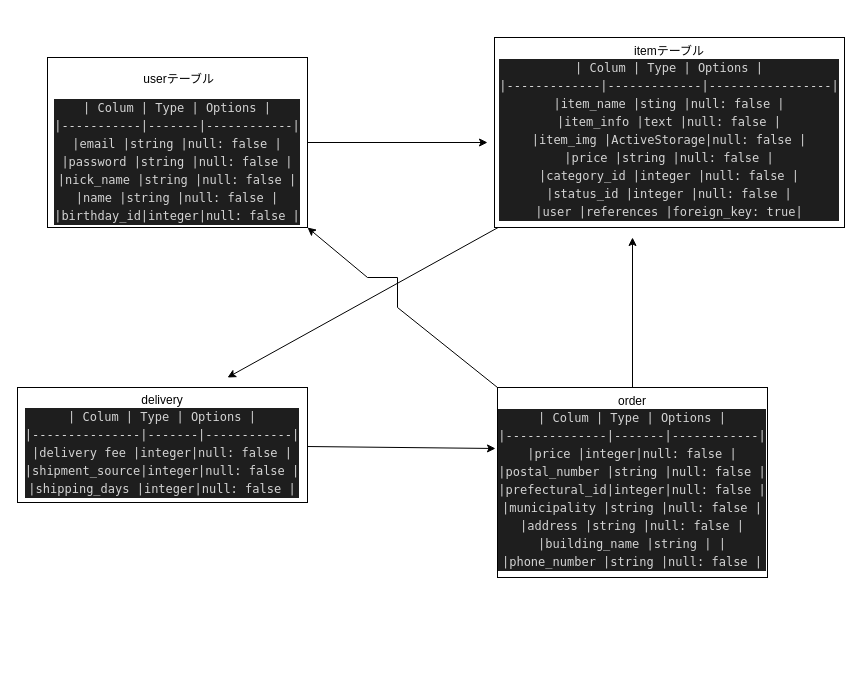
Earlier version of the draw.io diagram furima.dio (kenshiro0107/furima-31158). Source tidied: cells renumbered, new cells numbered last; positions are measured from the earlier drawing's top-left corner, leaving out a move shared by most shapes. Both pictures are drawn from the tidied source at 100%, with x=0, y=0 at pixel (17, 37).
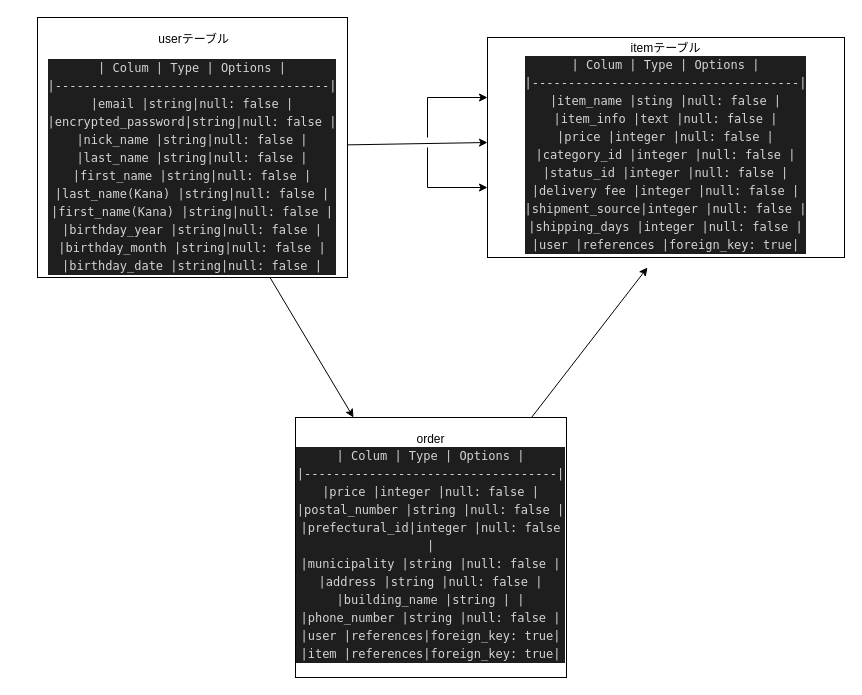
The same page after the edit.

Commit message (it also covers changes not shown here):
データベース設計の修正

Diff of the diagram source:
```diff
@@
 <mxGraphModel>
   <root>
     <mxCell id="0" />
     <mxCell id="1" parent="0" />
     <mxCell id="2" style="edgeStyle=none;rounded=0;jettySize=auto;html=1;" parent="1" edge="1" source="3">
       <mxGeometry relative="1" as="geometry">
         <mxPoint x="470" y="105" as="targetPoint" />
       </mxGeometry>
     </mxCell>
+    <mxCell id="11" style="edgeStyle=none;rounded=0;orthogonalLoop=1;jettySize=auto;html=1;" parent="1" edge="1">
+      <mxGeometry relative="1" as="geometry">
+        <mxPoint x="410" y="100" as="sourcePoint" />
+        <mxPoint x="470" y="60" as="targetPoint" />
+        <Array as="points">
+          <mxPoint x="410" y="60" />
+        </Array>
+      </mxGeometry>
+    </mxCell>
-    <mxCell id="3" value="&lt;p&gt;&amp;nbsp;userテーブル&lt;/p&gt;&lt;div style=&quot;color: rgb(212 , 212 , 212) ; background-color: rgb(30 , 30 , 30) ; font-family: &amp;#34;menlo&amp;#34; , &amp;#34;monaco&amp;#34; , &amp;#34;courier new&amp;#34; , monospace ; line-height: 18px&quot;&gt;&lt;div&gt;| Colum     | Type  | Options    |&lt;/div&gt;&lt;div&gt;|-----------|-------|------------|&lt;/div&gt;&lt;div&gt;|email      |string |null: false |&lt;/div&gt;&lt;div&gt;|password   |string |null: false |&lt;/div&gt;&lt;div&gt;|nick_name  |string |null: false |&lt;/div&gt;&lt;div&gt;|name       |string |null: false |&lt;/div&gt;&lt;div&gt;|birthday_id|integer|null: false |&lt;/div&gt;&lt;/div&gt;" style="whiteSpace=wrap;html=1;" parent="1" vertex="1">
-      <mxGeometry x="30" y="20" width="260" height="170" as="geometry" />
+    <mxCell id="3" value="&lt;p&gt;&amp;nbsp;userテーブル&lt;/p&gt;&lt;div style=&quot;color: rgb(212 , 212 , 212) ; background-color: rgb(30 , 30 , 30) ; font-family: &amp;#34;menlo&amp;#34; , &amp;#34;monaco&amp;#34; , &amp;#34;courier new&amp;#34; , monospace ; line-height: 18px&quot;&gt;&lt;div style=&quot;font-family: &amp;#34;menlo&amp;#34; , &amp;#34;monaco&amp;#34; , &amp;#34;courier new&amp;#34; , monospace ; line-height: 18px&quot;&gt;&lt;div&gt;| Colum            | Type | Options    |&lt;/div&gt;&lt;div&gt;|--------------------------------------|&lt;/div&gt;&lt;div&gt;|email             |string|null: false |&lt;/div&gt;&lt;div&gt;|encrypted_password|string|null: false |&lt;/div&gt;&lt;div&gt;|nick_name         |string|null: false |&lt;/div&gt;&lt;div&gt;|last_name         |string|null: false |&lt;/div&gt;&lt;div&gt;|first_name        |string|null: false |&lt;/div&gt;&lt;div&gt;|last_name(Kana)   |string|null: false |&lt;/div&gt;&lt;div&gt;|first_name(Kana)  |string|null: false |&lt;/div&gt;&lt;div&gt;|birthday_year     |string|null: false |&lt;/div&gt;&lt;div&gt;|birthday_month    |string|null: false |&lt;/div&gt;&lt;div&gt;|birthday_date     |string|null: false |&lt;/div&gt;&lt;/div&gt;&lt;/div&gt;" style="whiteSpace=wrap;html=1;" parent="1" vertex="1">
+      <mxGeometry x="20" y="-20" width="310" height="260" as="geometry" />
     </mxCell>
-    <mxCell id="4" style="edgeStyle=none;rounded=0;jettySize=auto;html=1;" parent="1" edge="1" source="5">
-      <mxGeometry relative="1" as="geometry">
-        <mxPoint x="210" y="340" as="targetPoint" />
-      </mxGeometry>
-    </mxCell>
-    <mxCell id="5" value="itemテーブル&lt;br&gt;&lt;div style=&quot;color: rgb(212 , 212 , 212) ; background-color: rgb(30 , 30 , 30) ; font-family: &amp;#34;menlo&amp;#34; , &amp;#34;monaco&amp;#34; , &amp;#34;courier new&amp;#34; , monospace ; line-height: 18px&quot;&gt;&lt;div&gt;| Colum       | Type        | Options         |&lt;/div&gt;&lt;div&gt;|-------------|-------------|-----------------|&lt;/div&gt;&lt;div&gt;|item_name |sting        |null: false      |&lt;/div&gt;&lt;div&gt;|item_info    |text         |null: false      |&lt;/div&gt;&lt;div&gt;|item_img     |ActiveStorage|null: false      |&lt;/div&gt;&lt;div&gt;|price        |string       |null: false      |&lt;/div&gt;&lt;div&gt;|category_id  |integer      |null: false      |&lt;/div&gt;&lt;div&gt;|status_id    |integer      |null: false      |&lt;/div&gt;&lt;div&gt;|user         |references   |foreign_key: true|&lt;/div&gt;&lt;/div&gt;" style="whiteSpace=wrap;html=1;" parent="1" vertex="1">
-      <mxGeometry x="477" width="350" height="190" as="geometry" />
+    <mxCell id="5" value="itemテーブル&lt;br&gt;&lt;div style=&quot;color: rgb(212 , 212 , 212) ; background-color: rgb(30 , 30 , 30) ; font-family: &amp;#34;menlo&amp;#34; , &amp;#34;monaco&amp;#34; , &amp;#34;courier new&amp;#34; , monospace ; line-height: 18px&quot;&gt;&lt;div style=&quot;font-family: &amp;#34;menlo&amp;#34; , &amp;#34;monaco&amp;#34; , &amp;#34;courier new&amp;#34; , monospace ; line-height: 18px&quot;&gt;&lt;div&gt;| Colum         | Type        | Options         |&lt;/div&gt;&lt;div&gt;|-------------------------------------|&lt;/div&gt;&lt;div&gt;|item_name      |sting        |null: false      |&lt;/div&gt;&lt;div&gt;|item_info      |text         |null: false      |&lt;/div&gt;&lt;div&gt;|price          |integer      |null: false      |&lt;/div&gt;&lt;div&gt;|category_id    |integer      |null: false      |&lt;/div&gt;&lt;div&gt;|status_id      |integer      |null: false      |&lt;/div&gt;&lt;div&gt;|delivery fee   |integer      |null: false      |&lt;/div&gt;&lt;div&gt;|shipment_source|integer      |null: false      |&lt;/div&gt;&lt;div&gt;|shipping_days  |integer      |null: false      |&lt;/div&gt;&lt;div&gt;|user           |references   |foreign_key: true|&lt;/div&gt;&lt;/div&gt;&lt;/div&gt;" style="whiteSpace=wrap;html=1;" parent="1" vertex="1">
+      <mxGeometry x="470" width="357" height="220" as="geometry" />
     </mxCell>
     <mxCell id="6" style="edgeStyle=none;rounded=0;jettySize=auto;html=1;" parent="1" edge="1" source="8">
       <mxGeometry relative="1" as="geometry">
-        <mxPoint x="615" y="200" as="targetPoint" />
+        <mxPoint x="630" y="230" as="targetPoint" />
       </mxGeometry>
     </mxCell>
-    <mxCell id="7" style="edgeStyle=none;rounded=0;jettySize=auto;html=1;exitX=0;exitY=0;exitDx=0;exitDy=0;entryX=1;entryY=1;entryDx=0;entryDy=0;" parent="1" edge="1" source="8" target="3">
-      <mxGeometry relative="1" as="geometry">
-        <Array as="points">
-          <mxPoint x="380" y="270" />
-          <mxPoint x="380" y="240" />
-          <mxPoint x="350" y="240" />
-        </Array>
-      </mxGeometry>
-    </mxCell>
+    <mxCell id="12" style="edgeStyle=none;rounded=0;jettySize=auto;html=1;" parent="1" edge="1" source="3" target="8">
+      <mxGeometry relative="1" as="geometry" />
+    </mxCell>
-    <mxCell id="8" value="order&lt;br&gt;&lt;div style=&quot;color: rgb(212 , 212 , 212) ; background-color: rgb(30 , 30 , 30) ; font-family: &amp;#34;menlo&amp;#34; , &amp;#34;monaco&amp;#34; , &amp;#34;courier new&amp;#34; , monospace ; line-height: 18px&quot;&gt;&lt;div&gt;| Colum        | Type  | Options    |&lt;/div&gt;&lt;div&gt;|--------------|-------|------------|&lt;/div&gt;&lt;div&gt;|price         |integer|null: false |&lt;/div&gt;&lt;div&gt;|postal_number |string |null: false |&lt;/div&gt;&lt;div&gt;|prefectural_id|integer|null: false |&lt;/div&gt;&lt;div&gt;|municipality  |string |null: false |&lt;/div&gt;&lt;div&gt;|address       |string |null: false |&lt;/div&gt;&lt;div&gt;|building_name |string |            |&lt;/div&gt;&lt;div&gt;|phone_number  |string |null: false |&lt;/div&gt;&lt;/div&gt;" style="whiteSpace=wrap;html=1;" parent="1" vertex="1">
-      <mxGeometry x="480" y="350" width="270" height="190" as="geometry" />
+    <mxCell id="8" value="order&lt;br&gt;&lt;div style=&quot;color: rgb(212 , 212 , 212) ; background-color: rgb(30 , 30 , 30) ; font-family: &amp;#34;menlo&amp;#34; , &amp;#34;monaco&amp;#34; , &amp;#34;courier new&amp;#34; , monospace ; line-height: 18px&quot;&gt;&lt;div style=&quot;font-family: &amp;#34;menlo&amp;#34; , &amp;#34;monaco&amp;#34; , &amp;#34;courier new&amp;#34; , monospace ; line-height: 18px&quot;&gt;&lt;div&gt;| Colum        | Type     | Options         |&lt;/div&gt;&lt;div&gt;|-----------------------------------|&lt;/div&gt;&lt;div&gt;|price         |integer   |null: false      |&lt;/div&gt;&lt;div&gt;|postal_number |string    |null: false      |&lt;/div&gt;&lt;div&gt;|prefectural_id|integer   |null: false      |&lt;/div&gt;&lt;div&gt;|municipality  |string    |null: false      |&lt;/div&gt;&lt;div&gt;|address       |string    |null: false      |&lt;/div&gt;&lt;div&gt;|building_name |string    |                 |&lt;/div&gt;&lt;div&gt;|phone_number  |string    |null: false      |&lt;/div&gt;&lt;div&gt;|user          |references|foreign_key: true|&lt;/div&gt;&lt;div&gt;|item          |references|foreign_key: true|&lt;/div&gt;&lt;/div&gt;&lt;/div&gt;" style="whiteSpace=wrap;html=1;" parent="1" vertex="1">
+      <mxGeometry x="278" y="380" width="271" height="260" as="geometry" />
     </mxCell>
-    <mxCell id="9" style="edgeStyle=none;rounded=0;jettySize=auto;html=1;" parent="1" edge="1" source="10">
-      <mxGeometry relative="1" as="geometry">
-        <mxPoint x="478" y="411" as="targetPoint" />
-      </mxGeometry>
-    </mxCell>
-    <mxCell id="10" value="delivery&lt;br&gt;&lt;div style=&quot;color: rgb(212 , 212 , 212) ; background-color: rgb(30 , 30 , 30) ; font-family: &amp;#34;menlo&amp;#34; , &amp;#34;monaco&amp;#34; , &amp;#34;courier new&amp;#34; , monospace ; line-height: 18px&quot;&gt;&lt;div&gt;| Colum         | Type  | Options    |&lt;/div&gt;&lt;div&gt;|---------------|-------|------------|&lt;/div&gt;&lt;div&gt;|delivery fee   |integer|null: false |&lt;/div&gt;&lt;div&gt;|shipment_source|integer|null: false |&lt;/div&gt;&lt;div&gt;|shipping_days  |integer|null: false |&lt;/div&gt;&lt;/div&gt;" style="whiteSpace=wrap;html=1;" parent="1" vertex="1">
-      <mxGeometry y="350" width="290" height="115" as="geometry" />
-    </mxCell>
+    <mxCell id="13" style="edgeStyle=none;rounded=0;orthogonalLoop=1;jettySize=auto;html=1;" parent="1" edge="1">
+      <mxGeometry relative="1" as="geometry">
+        <mxPoint x="410" y="110" as="sourcePoint" />
+        <mxPoint x="470" y="150" as="targetPoint" />
+        <Array as="points">
+          <mxPoint x="410" y="150" />
+        </Array>
+      </mxGeometry>
+    </mxCell>
   </root>
 </mxGraphModel>
```
